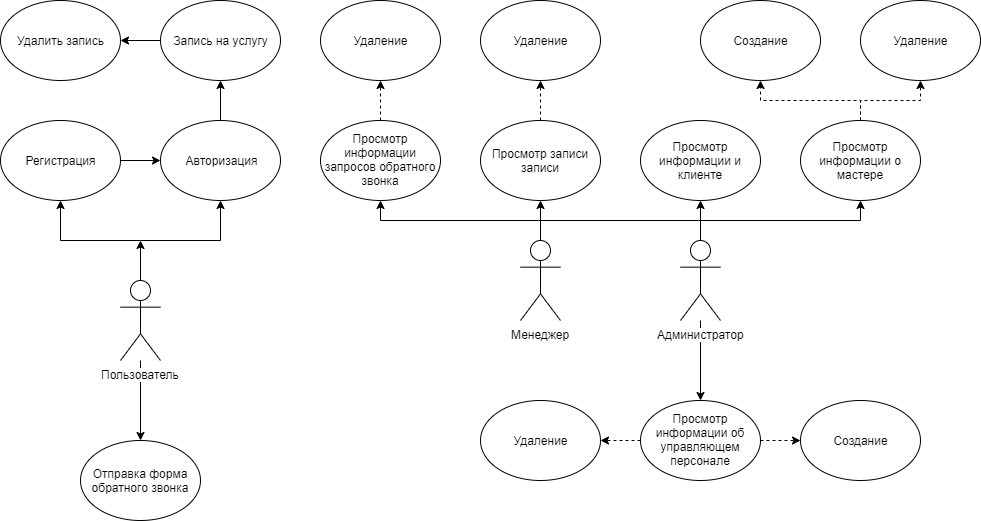
This is Диаграммы/Use Case.png from AntonRakov/vkr, a draw.io export, as it was before one commit. Source tidied: cells renumbered, new cells last; positions are measured from the earlier drawing's top-left corner, leaving out a move shared by most shapes.
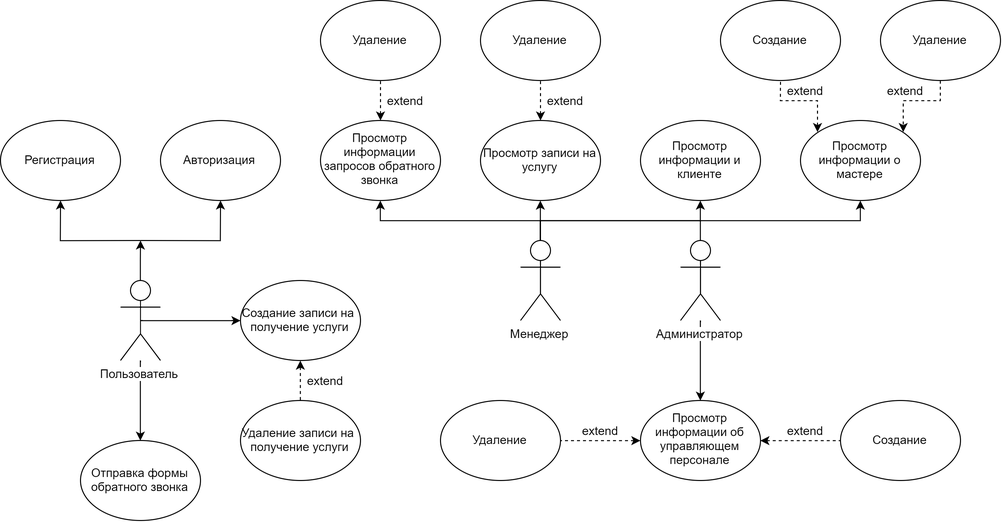
Later version of the same file.

The edit, as a diff of the source:
```diff
@@ -20,6 +20,9 @@
     <mxCell id="5" style="edgeStyle=orthogonalEdgeStyle;rounded=0;jettySize=auto;html=1;entryX=0.5;entryY=0;entryDx=0;entryDy=0;" parent="1" edge="1" source="6" target="25">
       <mxGeometry relative="1" as="geometry" />
     </mxCell>
+    <mxCell id="40" style="edgeStyle=orthogonalEdgeStyle;rounded=0;jettySize=auto;html=1;exitX=0.5;exitY=0.5;exitDx=0;exitDy=0;exitPerimeter=0;" parent="1" edge="1" source="6" target="20">
+      <mxGeometry relative="1" as="geometry" />
+    </mxCell>
     <mxCell id="6" value="Пользователь" style="shape=umlActor;verticalLabelPosition=bottom;labelBackgroundColor=#ffffff;verticalAlign=top;html=1;outlineConnect=0;" parent="1" vertex="1">
       <mxGeometry x="120" y="280" width="40" height="80" as="geometry" />
     </mxCell>
@@ -49,28 +52,19 @@
     <mxCell id="14" value="Администратор" style="shape=umlActor;verticalLabelPosition=bottom;labelBackgroundColor=#ffffff;verticalAlign=top;html=1;outlineConnect=0;" parent="1" vertex="1">
       <mxGeometry x="680" y="240" width="40" height="80" as="geometry" />
     </mxCell>
-    <mxCell id="15" style="edgeStyle=orthogonalEdgeStyle;rounded=0;jettySize=auto;html=1;entryX=0;entryY=0.5;entryDx=0;entryDy=0;" parent="1" edge="1" source="16" target="18">
-      <mxGeometry relative="1" as="geometry" />
-    </mxCell>
     <mxCell id="16" value="Регистрация" style="ellipse;whiteSpace=wrap;html=1;" parent="1" vertex="1">
       <mxGeometry y="120" width="120" height="80" as="geometry" />
     </mxCell>
-    <mxCell id="17" style="edgeStyle=orthogonalEdgeStyle;rounded=0;jettySize=auto;html=1;exitX=0.5;exitY=0;exitDx=0;exitDy=0;entryX=0.5;entryY=1;entryDx=0;entryDy=0;" parent="1" edge="1" source="18" target="20">
-      <mxGeometry relative="1" as="geometry" />
-    </mxCell>
     <mxCell id="18" value="Авторизация" style="ellipse;whiteSpace=wrap;html=1;" parent="1" vertex="1">
       <mxGeometry x="160" y="120" width="120" height="80" as="geometry" />
     </mxCell>
-    <mxCell id="19" style="edgeStyle=orthogonalEdgeStyle;rounded=0;jettySize=auto;html=1;exitX=0;exitY=0.5;exitDx=0;exitDy=0;entryX=1;entryY=0.5;entryDx=0;entryDy=0;" parent="1" edge="1" source="20" target="21">
-      <mxGeometry relative="1" as="geometry" />
-    </mxCell>
+    <mxCell id="41" style="edgeStyle=orthogonalEdgeStyle;rounded=0;jettySize=auto;html=1;exitX=0.5;exitY=1;exitDx=0;exitDy=0;entryX=0.5;entryY=0;entryDx=0;entryDy=0;dashed=1;startArrow=classic;startFill=1;endArrow=none;endFill=0;" parent="1" edge="1" source="20" target="43">
+      <mxGeometry relative="1" as="geometry" />
+    </mxCell>
-    <mxCell id="20" value="Запись на услугу" style="ellipse;whiteSpace=wrap;html=1;" parent="1" vertex="1">
-      <mxGeometry x="160" width="120" height="80" as="geometry" />
+    <mxCell id="20" value="Создание записи на&amp;nbsp; получение услуги" style="ellipse;whiteSpace=wrap;html=1;" parent="1" vertex="1">
+      <mxGeometry x="240" y="280" width="120" height="80" as="geometry" />
     </mxCell>
-    <mxCell id="21" value="Удалить запись" style="ellipse;whiteSpace=wrap;html=1;" parent="1" vertex="1">
-      <mxGeometry width="120" height="80" as="geometry" />
-    </mxCell>
-    <mxCell id="22" style="edgeStyle=orthogonalEdgeStyle;rounded=0;jettySize=auto;html=1;dashed=1;" parent="1" edge="1" source="23" target="24">
+    <mxCell id="22" style="edgeStyle=orthogonalEdgeStyle;rounded=0;jettySize=auto;html=1;dashed=1;startArrow=classic;startFill=1;endArrow=none;endFill=0;" parent="1" edge="1" source="23" target="24">
       <mxGeometry relative="1" as="geometry" />
     </mxCell>
     <mxCell id="23" value="Просмотр информации запросов обратного звонка" style="ellipse;whiteSpace=wrap;html=1;" parent="1" vertex="1">
@@ -79,13 +73,13 @@
     <mxCell id="24" value="Удаление" style="ellipse;whiteSpace=wrap;html=1;" parent="1" vertex="1">
       <mxGeometry x="320" width="120" height="80" as="geometry" />
     </mxCell>
-    <mxCell id="25" value="Отправка форма обратного звонка" style="ellipse;whiteSpace=wrap;html=1;" parent="1" vertex="1">
+    <mxCell id="25" value="Отправка формы обратного звонка" style="ellipse;whiteSpace=wrap;html=1;" parent="1" vertex="1">
       <mxGeometry x="80" y="440" width="120" height="80" as="geometry" />
     </mxCell>
-    <mxCell id="26" style="edgeStyle=orthogonalEdgeStyle;rounded=0;jettySize=auto;html=1;dashed=1;" parent="1" edge="1" source="27" target="28">
+    <mxCell id="26" style="edgeStyle=orthogonalEdgeStyle;rounded=0;jettySize=auto;html=1;dashed=1;startArrow=classic;startFill=1;endArrow=none;endFill=0;" parent="1" edge="1" source="27" target="28">
       <mxGeometry relative="1" as="geometry" />
     </mxCell>
-    <mxCell id="27" value="Просмотр записи записи" style="ellipse;whiteSpace=wrap;html=1;" parent="1" vertex="1">
+    <mxCell id="27" value="Просмотр записи на услугу" style="ellipse;whiteSpace=wrap;html=1;" parent="1" vertex="1">
       <mxGeometry x="480" y="120" width="120" height="80" as="geometry" />
     </mxCell>
     <mxCell id="28" value="Удаление" style="ellipse;whiteSpace=wrap;html=1;" parent="1" vertex="1">
@@ -94,35 +88,59 @@
     <mxCell id="29" value="Просмотр информации и клиенте" style="ellipse;whiteSpace=wrap;html=1;" parent="1" vertex="1">
       <mxGeometry x="640" y="120" width="120" height="80" as="geometry" />
     </mxCell>
-    <mxCell id="30" style="edgeStyle=orthogonalEdgeStyle;rounded=0;jettySize=auto;html=1;dashed=1;" parent="1" edge="1" source="32" target="34">
+    <mxCell id="30" style="edgeStyle=orthogonalEdgeStyle;rounded=0;jettySize=auto;html=1;dashed=1;endArrow=none;endFill=0;startArrow=classic;startFill=1;exitX=0;exitY=0;exitDx=0;exitDy=0;" parent="1" edge="1" source="32" target="34">
       <mxGeometry relative="1" as="geometry" />
     </mxCell>
-    <mxCell id="31" style="edgeStyle=orthogonalEdgeStyle;rounded=0;jettySize=auto;html=1;dashed=1;" parent="1" edge="1" source="32" target="33">
-      <mxGeometry relative="1" as="geometry" />
-    </mxCell>
     <mxCell id="32" value="Просмотр информации о мастере" style="ellipse;whiteSpace=wrap;html=1;" parent="1" vertex="1">
       <mxGeometry x="800" y="120" width="120" height="80" as="geometry" />
     </mxCell>
+    <mxCell id="42" style="edgeStyle=orthogonalEdgeStyle;rounded=0;jettySize=auto;html=1;exitX=0.5;exitY=1;exitDx=0;exitDy=0;entryX=1;entryY=0;entryDx=0;entryDy=0;dashed=1;startArrow=none;startFill=0;endArrow=classic;endFill=1;" parent="1" edge="1" source="33" target="32">
+      <mxGeometry relative="1" as="geometry" />
+    </mxCell>
     <mxCell id="33" value="Удаление" style="ellipse;whiteSpace=wrap;html=1;" parent="1" vertex="1">
-      <mxGeometry x="860" width="120" height="80" as="geometry" />
+      <mxGeometry x="880" width="120" height="80" as="geometry" />
     </mxCell>
     <mxCell id="34" value="Создание" style="ellipse;whiteSpace=wrap;html=1;" parent="1" vertex="1">
-      <mxGeometry x="700" width="120" height="80" as="geometry" />
+      <mxGeometry x="720" width="120" height="80" as="geometry" />
     </mxCell>
     <mxCell id="35" value="Удаление" style="ellipse;whiteSpace=wrap;html=1;" parent="1" vertex="1">
-      <mxGeometry x="480" y="400" width="120" height="80" as="geometry" />
+      <mxGeometry x="440" y="400" width="120" height="80" as="geometry" />
     </mxCell>
-    <mxCell id="36" style="edgeStyle=orthogonalEdgeStyle;rounded=0;jettySize=auto;html=1;exitX=1;exitY=0.5;exitDx=0;exitDy=0;entryX=0;entryY=0.5;entryDx=0;entryDy=0;endArrow=classic;endFill=1;dashed=1;" parent="1" edge="1" source="38" target="39">
+    <mxCell id="36" style="edgeStyle=orthogonalEdgeStyle;rounded=0;jettySize=auto;html=1;exitX=1;exitY=0.5;exitDx=0;exitDy=0;entryX=0;entryY=0.5;entryDx=0;entryDy=0;endArrow=none;endFill=0;dashed=1;startArrow=classic;startFill=1;" parent="1" edge="1" source="38" target="39">
       <mxGeometry relative="1" as="geometry" />
     </mxCell>
-    <mxCell id="37" style="edgeStyle=orthogonalEdgeStyle;rounded=0;jettySize=auto;html=1;exitX=0;exitY=0.5;exitDx=0;exitDy=0;entryX=1;entryY=0.5;entryDx=0;entryDy=0;dashed=1;endArrow=classic;endFill=1;" parent="1" edge="1" source="38" target="35">
+    <mxCell id="37" style="edgeStyle=orthogonalEdgeStyle;rounded=0;jettySize=auto;html=1;exitX=0;exitY=0.5;exitDx=0;exitDy=0;entryX=1;entryY=0.5;entryDx=0;entryDy=0;dashed=1;endArrow=none;endFill=0;startArrow=classic;startFill=1;" parent="1" edge="1" source="38" target="35">
       <mxGeometry relative="1" as="geometry" />
     </mxCell>
     <mxCell id="38" value="Просмотр информации об управляющем персонале" style="ellipse;whiteSpace=wrap;html=1;" parent="1" vertex="1">
       <mxGeometry x="640" y="400" width="120" height="80" as="geometry" />
     </mxCell>
     <mxCell id="39" value="Создание" style="ellipse;whiteSpace=wrap;html=1;" parent="1" vertex="1">
-      <mxGeometry x="800" y="400" width="120" height="80" as="geometry" />
+      <mxGeometry x="840" y="400" width="120" height="80" as="geometry" />
     </mxCell>
+    <mxCell id="43" value="Удаление записи на&amp;nbsp; получение услуги" style="ellipse;whiteSpace=wrap;html=1;" parent="1" vertex="1">
+      <mxGeometry x="240" y="400" width="120" height="80" as="geometry" />
+    </mxCell>
+    <mxCell id="44" value="extend" style="text;html=1;align=center;verticalAlign=middle;" parent="1" vertex="1">
+      <mxGeometry x="300" y="370" width="50" height="20" as="geometry" />
+    </mxCell>
+    <mxCell id="45" value="extend" style="text;html=1;align=center;verticalAlign=middle;" parent="1" vertex="1">
+      <mxGeometry x="380" y="90" width="50" height="20" as="geometry" />
+    </mxCell>
+    <mxCell id="46" value="extend" style="text;html=1;align=center;verticalAlign=middle;" parent="1" vertex="1">
+      <mxGeometry x="540" y="90" width="50" height="20" as="geometry" />
+    </mxCell>
+    <mxCell id="47" value="extend" style="text;html=1;align=center;verticalAlign=middle;" parent="1" vertex="1">
+      <mxGeometry x="780" y="80" width="50" height="20" as="geometry" />
+    </mxCell>
+    <mxCell id="48" value="extend" style="text;html=1;align=center;verticalAlign=middle;" parent="1" vertex="1">
+      <mxGeometry x="880" y="80" width="50" height="20" as="geometry" />
+    </mxCell>
+    <mxCell id="49" value="extend" style="text;html=1;align=center;verticalAlign=middle;" parent="1" vertex="1">
+      <mxGeometry x="575" y="420" width="50" height="20" as="geometry" />
+    </mxCell>
+    <mxCell id="50" value="extend" style="text;html=1;align=center;verticalAlign=middle;" parent="1" vertex="1">
+      <mxGeometry x="780" y="420" width="50" height="20" as="geometry" />
+    </mxCell>
   </root>
 </mxGraphModel>
```
